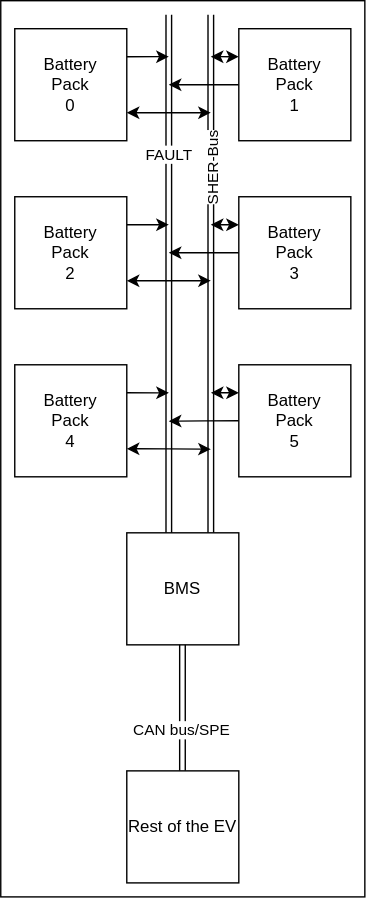
Above: Figures/Battery.svg in cdg66/BUS_figures (draw.io), before the change. Source tidied: cells renumbered, new cells last; positions are measured from the earlier drawing's top-left corner, leaving out a move shared by most shapes.
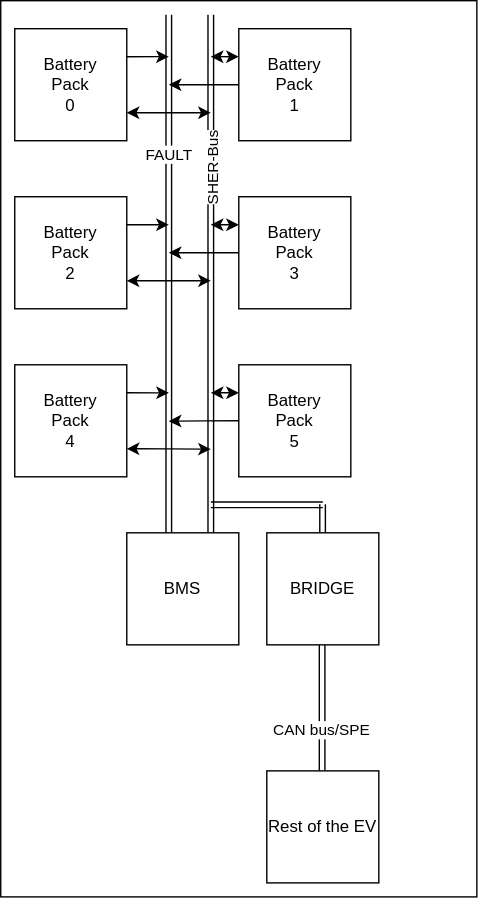
After the change.

The edit, as a diff of the source:
```diff
@@ -3,7 +3,7 @@
     <mxCell id="0" />
     <mxCell id="1" parent="0" />
     <mxCell id="2" style="rounded=0;whiteSpace=wrap;html=1;" parent="1" vertex="1">
-      <mxGeometry width="260" height="640" as="geometry" />
+      <mxGeometry width="340" height="640" as="geometry" />
     </mxCell>
     <mxCell id="3" style="edgeStyle=orthogonalEdgeStyle;rounded=0;jettySize=auto;html=1;exitX=1;exitY=0.25;exitDx=0;exitDy=0;" parent="1" edge="1" source="5">
       <mxGeometry relative="1" as="geometry">
@@ -105,15 +105,30 @@
     </mxCell>
     <mxCell id="25" style="shape=link;html=1;rounded=0;" parent="1" edge="1">
       <mxGeometry relative="1" as="geometry">
-        <mxPoint x="129.8" y="550" as="sourcePoint" />
-        <mxPoint x="129.8" y="460" as="targetPoint" />
+        <mxPoint x="229.5" y="550" as="sourcePoint" />
+        <mxPoint x="229.5" y="460" as="targetPoint" />
       </mxGeometry>
     </mxCell>
     <mxCell id="26" value="CAN bus/SPE" style="edgeLabel;html=1;align=center;verticalAlign=middle;" parent="25" vertex="1">
       <mxGeometry x="-0.34" y="1" relative="1" as="geometry" />
     </mxCell>
     <mxCell id="27" value="Rest of the EV" style="whiteSpace=wrap;html=1;" parent="1" vertex="1">
-      <mxGeometry x="90" y="550" width="80" height="80" as="geometry" />
+      <mxGeometry x="190" y="550" width="80" height="80" as="geometry" />
     </mxCell>
+    <mxCell id="28" value="BRIDGE" style="whiteSpace=wrap;html=1;" parent="1" vertex="1">
+      <mxGeometry x="190" y="380" width="80" height="80" as="geometry" />
+    </mxCell>
+    <mxCell id="29" style="shape=link;html=1;rounded=0;" parent="1" edge="1">
+      <mxGeometry relative="1" as="geometry">
+        <mxPoint x="150" y="360" as="sourcePoint" />
+        <mxPoint x="230" y="360" as="targetPoint" />
+      </mxGeometry>
+    </mxCell>
+    <mxCell id="30" style="shape=link;html=1;rounded=0;" parent="1" edge="1">
+      <mxGeometry relative="1" as="geometry">
+        <mxPoint x="229.8" y="380" as="sourcePoint" />
+        <mxPoint x="229.8" y="359.7" as="targetPoint" />
+      </mxGeometry>
+    </mxCell>
   </root>
 </mxGraphModel>
```
